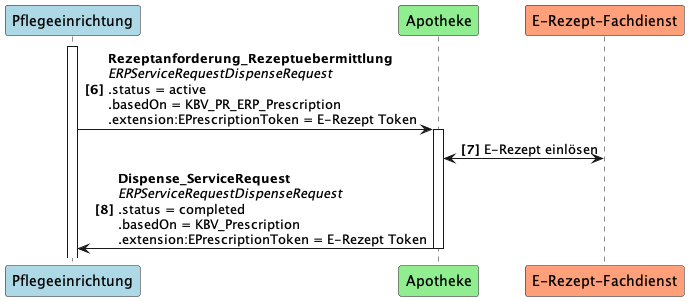
The PlantUML diagram guides/ig-rezeptanforderung/images/puml_images/UC1_2.png in gematik/spec-E-Rezept-ServiceRequest, before a commit.
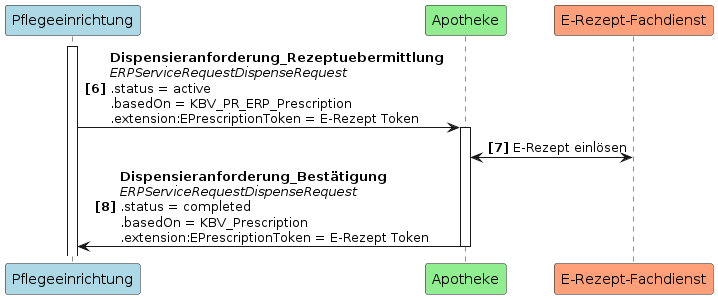
Later version of the same file.

What changed in the source:
```diff
@@ -5,7 +5,7 @@
 participant "E-Rezept-Fachdienst" as FD #LightSalmon
 
 activate PE
-PE -> A++: <b>Rezeptanforderung_Rezeptuebermittlung \n<i>ERPServiceRequestDispenseRequest \n.status = active \n.basedOn = KBV_PR_ERP_Prescription \n.extension:EPrescriptionToken = E-Rezept Token
+PE -> A++: <b>Dispensieranforderung_Rezeptuebermittlung \n<i>ERPServiceRequestDispenseRequest \n.status = active \n.basedOn = KBV_PR_ERP_Prescription \n.extension:EPrescriptionToken = E-Rezept Token
 A <-> FD: E-Rezept einlösen
-A -> PE--: <b>Dispense_ServiceRequest \n<i>ERPServiceRequestDispenseRequest \n.status = completed \n.basedOn = KBV_Prescription \n.extension:EPrescriptionToken = E-Rezept Token
+A -> PE--: <b>Dispensieranforderung_Bestätigung \n<i>ERPServiceRequestDispenseRequest \n.status = completed \n.basedOn = KBV_Prescription \n.extension:EPrescriptionToken = E-Rezept Token
 @enduml
```
